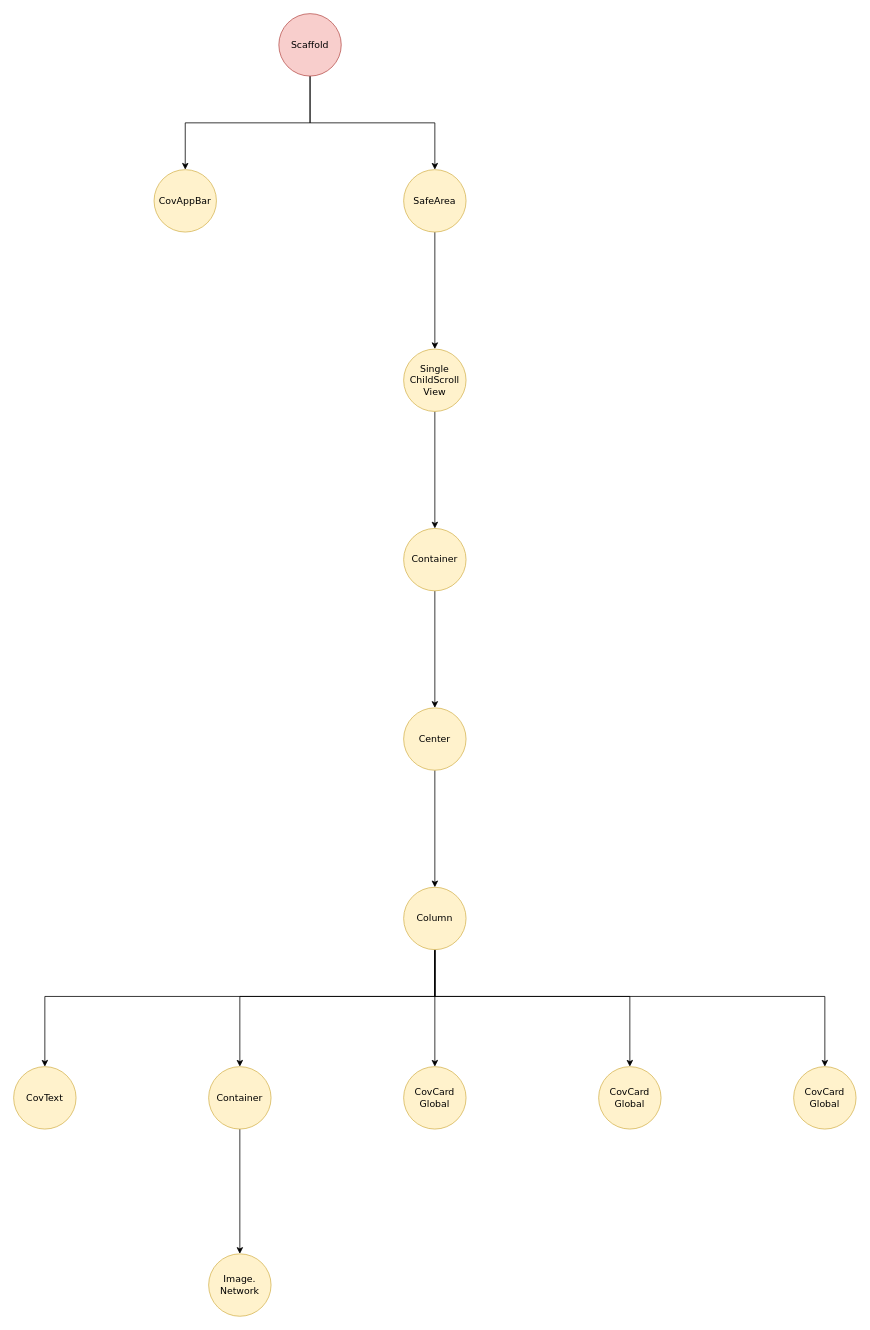
ukayaj620/covidfo keeps this draw.io diagram as .drawio/detail.drawio. Above is the earlier version. Source tidied: cells renumbered, new cells numbered last; positions are measured from the earlier drawing's top-left corner, leaving out a move shared by most shapes. Both pictures are drawn from the tidied source at 78%, with x=0, y=0 at pixel (13, 13).
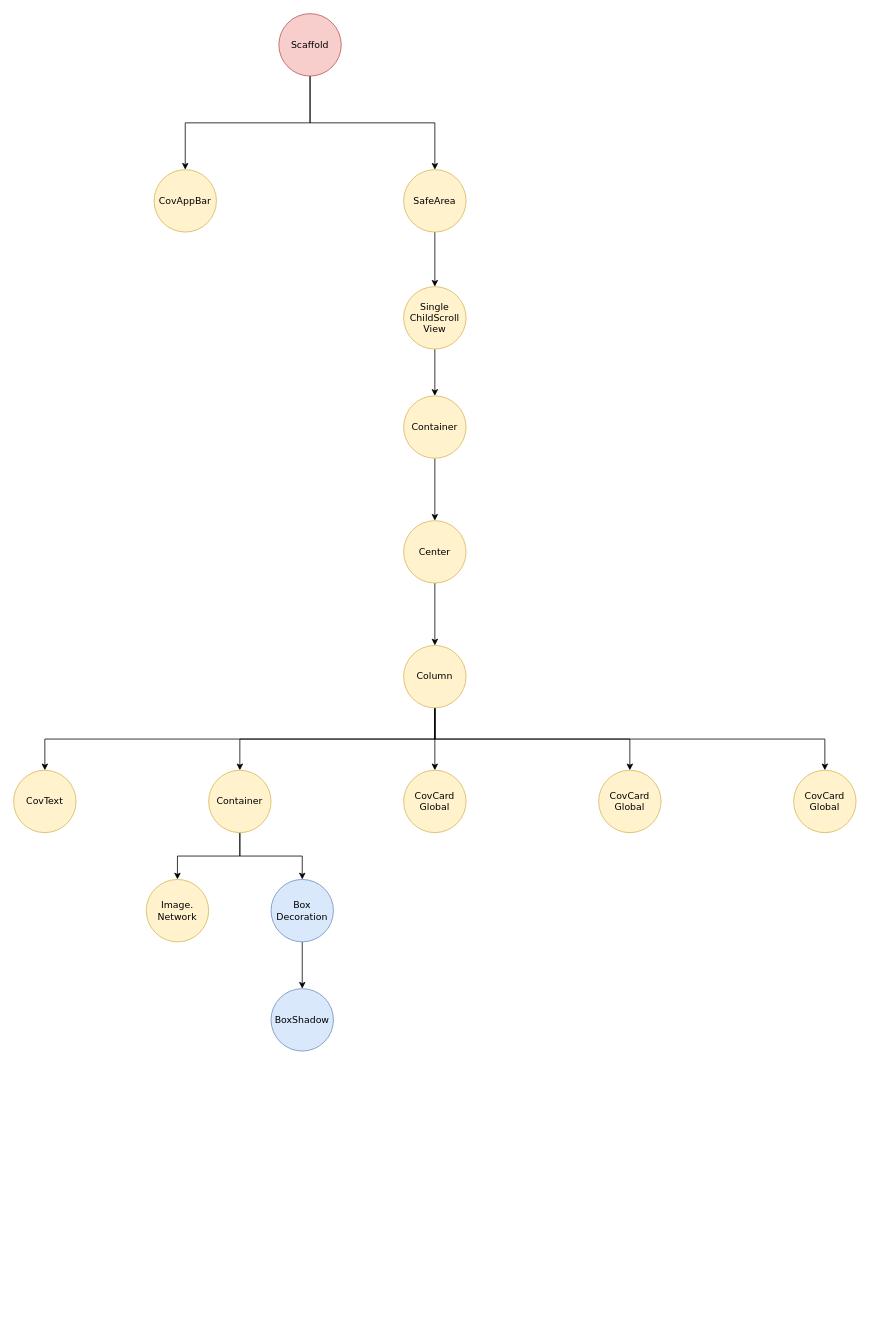
The same page after the edit.

Diff of the diagram source:
```diff
@@
     <mxCell id="9" value="&lt;div&gt;Single&lt;/div&gt;&lt;div&gt;ChildScroll&lt;/div&gt;&lt;div&gt;View&lt;br&gt;&lt;/div&gt;" style="ellipse;whiteSpace=wrap;html=1;fontFamily=Verdana;fillColor=#fff2cc;strokeColor=#d6b656;" parent="1" vertex="1">
-      <mxGeometry x="500" y="430" width="80" height="80" as="geometry" />
+      <mxGeometry x="500" y="350" width="80" height="80" as="geometry" />
     </mxCell>
@@
     <mxCell id="11" value="Container" style="ellipse;whiteSpace=wrap;html=1;fontFamily=Verdana;fillColor=#fff2cc;strokeColor=#d6b656;" parent="1" vertex="1">
-      <mxGeometry x="500" y="660" width="80" height="80" as="geometry" />
+      <mxGeometry x="500" y="490" width="80" height="80" as="geometry" />
     </mxCell>
@@
     <mxCell id="13" value="Center" style="ellipse;whiteSpace=wrap;html=1;fontFamily=Verdana;fillColor=#fff2cc;strokeColor=#d6b656;" parent="1" vertex="1">
-      <mxGeometry x="500" y="890" width="80" height="80" as="geometry" />
+      <mxGeometry x="500" y="650" width="80" height="80" as="geometry" />
     </mxCell>
     <mxCell id="14" style="edgeStyle=orthogonalEdgeStyle;rounded=0;jettySize=auto;html=1;" parent="1" edge="1" source="19" target="24">
       <mxGeometry relative="1" as="geometry">
         <Array as="points">
-          <mxPoint x="540" y="1260" />
-          <mxPoint x="40" y="1260" />
+          <mxPoint x="540" y="930" />
+          <mxPoint x="40" y="930" />
         </Array>
       </mxGeometry>
     </mxCell>
     <mxCell id="15" style="edgeStyle=orthogonalEdgeStyle;rounded=0;jettySize=auto;html=1;" parent="1" edge="1" source="19" target="21">
       <mxGeometry relative="1" as="geometry">
         <Array as="points">
-          <mxPoint x="540" y="1260" />
-          <mxPoint x="290" y="1260" />
+          <mxPoint x="540" y="930" />
+          <mxPoint x="290" y="930" />
         </Array>
       </mxGeometry>
     </mxCell>
@@
     <mxCell id="17" style="edgeStyle=orthogonalEdgeStyle;rounded=0;jettySize=auto;html=1;" parent="1" edge="1" source="19" target="23">
       <mxGeometry relative="1" as="geometry">
         <Array as="points">
-          <mxPoint x="540" y="1260" />
-          <mxPoint x="790" y="1260" />
+          <mxPoint x="540" y="930" />
+          <mxPoint x="790" y="930" />
         </Array>
       </mxGeometry>
     </mxCell>
     <mxCell id="18" style="edgeStyle=orthogonalEdgeStyle;rounded=0;jettySize=auto;html=1;" parent="1" edge="1" source="19" target="25">
       <mxGeometry relative="1" as="geometry">
         <Array as="points">
-          <mxPoint x="540" y="1260" />
-          <mxPoint x="1040" y="1260" />
+          <mxPoint x="540" y="930" />
+          <mxPoint x="1040" y="930" />
         </Array>
       </mxGeometry>
     </mxCell>
     <mxCell id="19" value="Column" style="ellipse;whiteSpace=wrap;html=1;fontFamily=Verdana;fillColor=#fff2cc;strokeColor=#d6b656;" parent="1" vertex="1">
-      <mxGeometry x="500" y="1120" width="80" height="80" as="geometry" />
+      <mxGeometry x="500" y="810" width="80" height="80" as="geometry" />
     </mxCell>
@@
+    <mxCell id="27" style="edgeStyle=orthogonalEdgeStyle;rounded=0;jettySize=auto;html=1;" parent="1" edge="1" source="21" target="29">
+      <mxGeometry relative="1" as="geometry" />
+    </mxCell>
     <mxCell id="21" value="Container" style="ellipse;whiteSpace=wrap;html=1;fontFamily=Verdana;fillColor=#fff2cc;strokeColor=#d6b656;" parent="1" vertex="1">
-      <mxGeometry x="250" y="1350" width="80" height="80" as="geometry" />
+      <mxGeometry x="250" y="970" width="80" height="80" as="geometry" />
     </mxCell>
     <mxCell id="22" value="&lt;div&gt;CovCard&lt;/div&gt;&lt;div&gt;Global&lt;br&gt;&lt;/div&gt;" style="ellipse;whiteSpace=wrap;html=1;fontFamily=Verdana;fillColor=#fff2cc;strokeColor=#d6b656;" parent="1" vertex="1">
-      <mxGeometry x="500" y="1350" width="80" height="80" as="geometry" />
+      <mxGeometry x="500" y="970" width="80" height="80" as="geometry" />
     </mxCell>
     <mxCell id="23" value="&lt;div&gt;CovCard&lt;/div&gt;&lt;div&gt;Global&lt;br&gt;&lt;/div&gt;" style="ellipse;whiteSpace=wrap;html=1;fontFamily=Verdana;fillColor=#fff2cc;strokeColor=#d6b656;" parent="1" vertex="1">
-      <mxGeometry x="750" y="1350" width="80" height="80" as="geometry" />
+      <mxGeometry x="750" y="970" width="80" height="80" as="geometry" />
     </mxCell>
     <mxCell id="24" value="&lt;div&gt;CovText&lt;/div&gt;" style="ellipse;whiteSpace=wrap;html=1;fontFamily=Verdana;fillColor=#fff2cc;strokeColor=#d6b656;" parent="1" vertex="1">
-      <mxGeometry y="1350" width="80" height="80" as="geometry" />
+      <mxGeometry y="970" width="80" height="80" as="geometry" />
     </mxCell>
     <mxCell id="25" value="&lt;div&gt;CovCard&lt;/div&gt;&lt;div&gt;Global&lt;br&gt;&lt;/div&gt;" style="ellipse;whiteSpace=wrap;html=1;fontFamily=Verdana;fillColor=#fff2cc;strokeColor=#d6b656;" parent="1" vertex="1">
-      <mxGeometry x="1000" y="1350" width="80" height="80" as="geometry" />
+      <mxGeometry x="1000" y="970" width="80" height="80" as="geometry" />
     </mxCell>
+    <mxCell id="28" style="edgeStyle=orthogonalEdgeStyle;rounded=0;jettySize=auto;html=1;" parent="1" edge="1" source="29" target="30">
+      <mxGeometry relative="1" as="geometry" />
+    </mxCell>
+    <mxCell id="29" value="&lt;div&gt;Box&lt;/div&gt;&lt;div&gt;Decoration&lt;/div&gt;" style="ellipse;whiteSpace=wrap;html=1;fontFamily=Verdana;fillColor=#dae8fc;strokeColor=#6c8ebf;" parent="1" vertex="1">
+      <mxGeometry x="330" y="1110" width="80" height="80" as="geometry" />
+    </mxCell>
     <mxCell id="26" value="&lt;div&gt;Image.&lt;/div&gt;&lt;div&gt;Network&lt;br&gt;&lt;/div&gt;" style="ellipse;whiteSpace=wrap;html=1;fontFamily=Verdana;fillColor=#fff2cc;strokeColor=#d6b656;" parent="1" vertex="1">
-      <mxGeometry x="250" y="1590" width="80" height="80" as="geometry" />
+      <mxGeometry x="170" y="1110" width="80" height="80" as="geometry" />
     </mxCell>
+    <mxCell id="30" value="BoxShadow" style="ellipse;whiteSpace=wrap;html=1;fontFamily=Verdana;fillColor=#dae8fc;strokeColor=#6c8ebf;" parent="1" vertex="1">
+      <mxGeometry x="330" y="1250" width="80" height="80" as="geometry" />
+    </mxCell>
```
